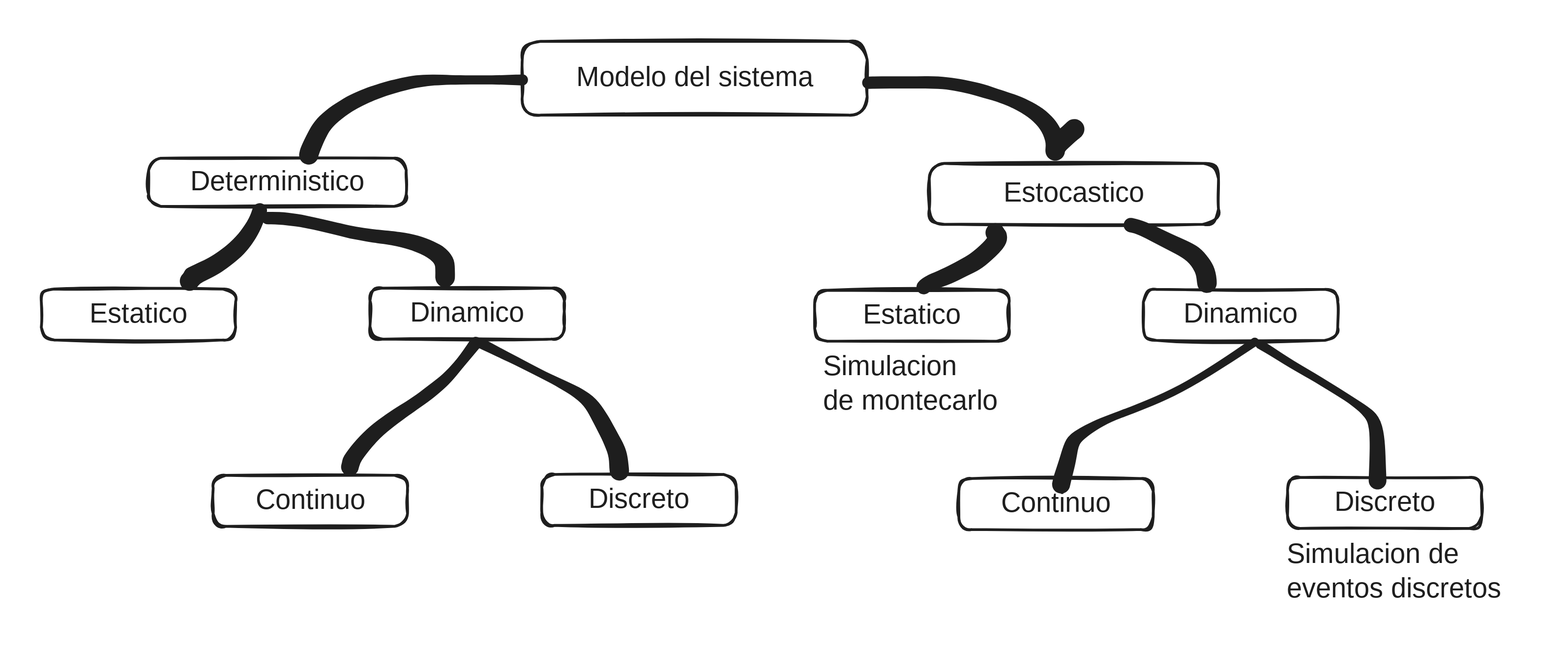
Before: Logistic_notebook/.gitbook/assets/file.excalidraw (6).svg, a diagram exported from Excalidraw (cristianjaviercano/cristianjaviercano). Source tidied: one line per element, renumbered; positions are measured from the earlier drawing's top-left corner, leaving out a move shared by most shapes. Source of this version:
```json
{"id": 0, "type": "rectangle", "strokeColor": "#1e1e1e", "strokeWidth": 2, "roughness": 1, "round": true, "x": 349, "y": 0, "width": 251, "height": 54}
{"id": 1, "type": "text", "text": "Modelo del sistema", "strokeColor": "#1e1e1e", "strokeWidth": 2, "roughness": 1, "fontSize": 20, "fontFamily": 1, "textAlign": "center", "x": 381, "y": 14, "width": 187, "height": 25}
{"id": 2, "type": "rectangle", "strokeColor": "#1e1e1e", "strokeWidth": 2, "roughness": 1, "round": true, "x": 78, "y": 85, "width": 187, "height": 35}
{"id": 3, "type": "text", "text": "Deterministico", "strokeColor": "#1e1e1e", "strokeWidth": 2, "roughness": 1, "fontSize": 20, "fontFamily": 1, "textAlign": "center", "verticalAlign": "middle", "inside": 2, "x": 104, "y": 90, "width": 136, "height": 25}
{"id": 4, "type": "rectangle", "strokeColor": "#1e1e1e", "strokeWidth": 2, "roughness": 1, "round": true, "x": 645, "y": 89, "width": 210, "height": 44}
{"id": 5, "type": "text", "text": "Estocastico", "strokeColor": "#1e1e1e", "strokeWidth": 2, "roughness": 1, "fontSize": 20, "fontFamily": 1, "textAlign": "center", "verticalAlign": "middle", "inside": 4, "x": 691, "y": 98, "width": 118, "height": 25}
{"id": 6, "type": "rectangle", "strokeColor": "#1e1e1e", "strokeWidth": 2, "roughness": 1, "round": true, "x": 0, "y": 180, "width": 141, "height": 37}
{"id": 7, "type": "text", "text": "Estatico", "strokeColor": "#1e1e1e", "strokeWidth": 2, "roughness": 1, "fontSize": 20, "fontFamily": 1, "textAlign": "center", "verticalAlign": "middle", "inside": 6, "x": 28, "y": 186, "width": 86, "height": 25}
{"id": 8, "type": "rectangle", "strokeColor": "#1e1e1e", "strokeWidth": 2, "roughness": 1, "round": true, "x": 239, "y": 179, "width": 141, "height": 37}
{"id": 9, "type": "text", "text": "Dinamico", "strokeColor": "#1e1e1e", "strokeWidth": 2, "roughness": 1, "fontSize": 20, "fontFamily": 1, "textAlign": "center", "verticalAlign": "middle", "inside": 8, "x": 269, "y": 185, "width": 81, "height": 25}
{"id": 10, "type": "rectangle", "strokeColor": "#1e1e1e", "strokeWidth": 2, "roughness": 1, "round": true, "x": 562, "y": 181, "width": 141, "height": 37}
{"id": 11, "type": "text", "text": "Estatico", "strokeColor": "#1e1e1e", "strokeWidth": 2, "roughness": 1, "fontSize": 20, "fontFamily": 1, "textAlign": "center", "verticalAlign": "middle", "inside": 10, "x": 589, "y": 187, "width": 86, "height": 25}
{"id": 12, "type": "rectangle", "strokeColor": "#1e1e1e", "strokeWidth": 2, "roughness": 1, "round": true, "x": 800, "y": 180, "width": 141, "height": 37}
{"id": 13, "type": "text", "text": "Dinamico", "strokeColor": "#1e1e1e", "strokeWidth": 2, "roughness": 1, "fontSize": 20, "fontFamily": 1, "textAlign": "center", "verticalAlign": "middle", "inside": 12, "x": 831, "y": 186, "width": 81, "height": 25}
{"id": 14, "type": "rectangle", "strokeColor": "#1e1e1e", "strokeWidth": 2, "roughness": 1, "round": true, "x": 125, "y": 315, "width": 141, "height": 37}
{"id": 15, "type": "text", "text": "Continuo", "strokeColor": "#1e1e1e", "strokeWidth": 2, "roughness": 1, "fontSize": 20, "fontFamily": 1, "textAlign": "center", "verticalAlign": "middle", "inside": 14, "x": 155, "y": 321, "width": 81, "height": 25}
{"id": 16, "type": "rectangle", "strokeColor": "#1e1e1e", "strokeWidth": 2, "roughness": 1, "round": true, "x": 364, "y": 315, "width": 141, "height": 37}
{"id": 17, "type": "text", "text": "Discreto", "strokeColor": "#1e1e1e", "strokeWidth": 2, "roughness": 1, "fontSize": 20, "fontFamily": 1, "textAlign": "center", "verticalAlign": "middle", "inside": 16, "x": 393, "y": 321, "width": 83, "height": 25}
{"id": 18, "type": "rectangle", "strokeColor": "#1e1e1e", "strokeWidth": 2, "roughness": 1, "round": true, "x": 666, "y": 318, "width": 141, "height": 37}
{"id": 19, "type": "text", "text": "Continuo", "strokeColor": "#1e1e1e", "strokeWidth": 2, "roughness": 1, "fontSize": 20, "fontFamily": 1, "textAlign": "center", "verticalAlign": "middle", "inside": 18, "x": 697, "y": 324, "width": 81, "height": 25}
{"id": 20, "type": "rectangle", "strokeColor": "#1e1e1e", "strokeWidth": 2, "roughness": 1, "round": true, "x": 905, "y": 317, "width": 141, "height": 37}
{"id": 21, "type": "text", "text": "Discreto", "strokeColor": "#1e1e1e", "strokeWidth": 2, "roughness": 1, "fontSize": 20, "fontFamily": 1, "textAlign": "center", "verticalAlign": "middle", "inside": 20, "x": 934, "y": 323, "width": 83, "height": 25}
{"id": 22, "type": "freedraw", "strokeColor": "#1e1e1e", "strokeWidth": 2, "roughness": 1, "x": 159, "y": 123, "width": 52, "height": 51, "points": [[0, 0], [0, 1], [-1, 6], [-4, 10], [-6, 14], [-9, 18], [-11, 22], [-14, 25], [-17, 28], [-21, 32], [-25, 34], [-29, 37], [-32, 40], [-36, 42], [-40, 44], [-43, 45], [-46, 47], [-49, 48], [-51, 49], [-52, 50], [-52, 50], [-52, 51], [-52, 51], [-51, 51], [-51, 51]]}
{"id": 23, "type": "freedraw", "strokeColor": "#1e1e1e", "strokeWidth": 2, "roughness": 1, "x": 164, "y": 128, "width": 129, "height": 43, "points": [[0, 0], [5, 0], [23, 2], [42, 6], [60, 10], [76, 13], [91, 15], [101, 16], [110, 19], [118, 22], [123, 25], [126, 27], [126, 28], [127, 30], [129, 32], [129, 33], [129, 34], [129, 35], [129, 37], [129, 38], [129, 38], [129, 39], [129, 40], [129, 41], [129, 41], [129, 42], [129, 43], [129, 43]]}
{"id": 24, "type": "freedraw", "strokeColor": "#1e1e1e", "strokeWidth": 2, "roughness": 1, "x": 349, "y": 28, "width": 155, "height": 55, "points": [[0, 0], [-1, 0], [-9, 0], [-24, 0], [-40, 0], [-54, 0], [-66, 0], [-76, 1], [-86, 3], [-96, 5], [-105, 8], [-114, 12], [-121, 15], [-128, 19], [-134, 23], [-139, 27], [-143, 30], [-145, 33], [-147, 36], [-148, 38], [-150, 41], [-151, 44], [-152, 47], [-154, 49], [-154, 51], [-155, 53], [-155, 54], [-155, 55], [-155, 55], [-155, 54]]}
{"id": 25, "type": "freedraw", "strokeColor": "#1e1e1e", "strokeWidth": 2, "roughness": 1, "x": 601, "y": 30, "width": 150, "height": 50, "points": [[0, 0], [2, 0], [18, 0], [37, 0], [55, 0], [73, 3], [89, 7], [106, 13], [116, 18], [123, 23], [127, 27], [130, 31], [132, 33], [134, 37], [135, 41], [136, 43], [136, 44], [136, 45], [136, 46], [136, 47], [136, 48], [136, 50], [136, 49], [136, 46], [137, 44], [138, 43], [139, 42], [141, 41], [143, 40], [144, 39], [147, 36], [150, 34]]}
{"id": 26, "type": "freedraw", "strokeColor": "#1e1e1e", "strokeWidth": 2, "roughness": 1, "x": 641, "y": 178, "width": 54, "height": 40, "points": [[0, 0], [0, -1], [1, -2], [3, -3], [5, -4], [9, -5], [14, -7], [20, -9], [25, -12], [30, -15], [34, -17], [37, -18], [40, -20], [45, -24], [49, -29], [52, -32], [53, -34], [54, -35], [54, -36], [54, -36], [54, -37], [54, -37], [53, -37], [53, -38], [52, -38], [52, -38], [52, -39], [52, -39], [52, -40]]}
{"id": 27, "type": "freedraw", "strokeColor": "#1e1e1e", "strokeWidth": 2, "roughness": 1, "x": 791, "y": 133, "width": 55, "height": 42, "points": [[0, 0], [1, 0], [3, 0], [6, 1], [9, 2], [12, 4], [16, 6], [19, 8], [24, 10], [27, 12], [30, 13], [33, 14], [35, 16], [37, 17], [39, 17], [41, 18], [42, 19], [43, 20], [44, 21], [45, 21], [46, 22], [47, 23], [48, 24], [49, 25], [50, 26], [51, 27], [51, 29], [52, 30], [53, 31], [53, 32], [54, 33], [54, 34], [55, 35], [55, 36], [55, 37], [55, 37], [55, 38], [55, 39], [55, 39], [55, 40], [55, 41], [55, 41], [55, 41], [55, 42], [55, 42], [55, 42], [55, 42]]}
{"id": 28, "type": "freedraw", "strokeColor": "#1e1e1e", "strokeWidth": 2, "roughness": 1, "x": 881, "y": 218, "width": 141, "height": 104, "points": [[0, 0], [0, 0], [-1, 0], [-5, 3], [-13, 9], [-26, 18], [-39, 25], [-50, 32], [-63, 39], [-74, 44], [-82, 47], [-91, 50], [-100, 54], [-107, 56], [-113, 59], [-118, 62], [-123, 64], [-126, 67], [-129, 69], [-131, 70], [-132, 72], [-133, 73], [-133, 74], [-133, 76], [-134, 78], [-134, 79], [-135, 81], [-135, 83], [-136, 85], [-136, 87], [-137, 89], [-137, 91], [-138, 93], [-138, 95], [-139, 97], [-140, 99], [-140, 100], [-140, 101], [-140, 102], [-141, 103], [-141, 103], [-141, 104], [-141, 104]]}
{"id": 29, "type": "freedraw", "strokeColor": "#1e1e1e", "strokeWidth": 2, "roughness": 1, "x": 885, "y": 220, "width": 85, "height": 100, "points": [[0, 0], [0, 0], [2, 1], [7, 4], [13, 8], [20, 13], [29, 18], [39, 24], [49, 29], [58, 35], [65, 40], [71, 44], [76, 47], [79, 50], [81, 52], [82, 54], [83, 56], [84, 60], [85, 63], [85, 66], [85, 70], [85, 73], [85, 76], [85, 80], [85, 83], [85, 86], [85, 89], [85, 91], [85, 93], [85, 95], [85, 97], [85, 98], [85, 99], [85, 100], [85, 100], [85, 100], [85, 100], [85, 100], [85, 99], [85, 99]]}
{"id": 30, "type": "freedraw", "strokeColor": "#1e1e1e", "strokeWidth": 2, "roughness": 1, "x": 316, "y": 219, "width": 92, "height": 90, "points": [[0, 0], [0, 0], [-1, 3], [-5, 7], [-10, 13], [-15, 19], [-18, 23], [-22, 26], [-26, 30], [-29, 33], [-33, 36], [-38, 40], [-44, 44], [-49, 47], [-53, 50], [-56, 52], [-60, 54], [-63, 57], [-67, 59], [-70, 62], [-73, 64], [-75, 67], [-77, 69], [-79, 71], [-82, 74], [-84, 76], [-86, 79], [-88, 81], [-89, 83], [-90, 85], [-91, 87], [-91, 88], [-92, 89], [-92, 89], [-92, 90], [-92, 90], [-92, 90], [-92, 90], [-92, 90], [-91, 90], [-91, 90], [-91, 90]]}
{"id": 31, "type": "freedraw", "strokeColor": "#1e1e1e", "strokeWidth": 2, "roughness": 1, "x": 319, "y": 219, "width": 101, "height": 93, "points": [[0, 0], [1, 0], [9, 4], [23, 12], [41, 20], [55, 28], [65, 33], [73, 38], [78, 41], [81, 45], [84, 50], [87, 55], [89, 59], [93, 67], [95, 71], [97, 74], [98, 76], [98, 78], [99, 80], [99, 82], [100, 83], [100, 84], [100, 85], [100, 85], [100, 86], [100, 87], [100, 89], [100, 91], [100, 93], [101, 93]]}
{"id": 32, "type": "text", "text": "Simulacion \nde montecarlo", "strokeColor": "#1e1e1e", "strokeWidth": 2, "roughness": 1, "fontSize": 20, "fontFamily": 1, "x": 568, "y": 224, "width": 136, "height": 50}
{"id": 33, "type": "text", "text": "Simulacion de\neventos discretos", "strokeColor": "#1e1e1e", "strokeWidth": 2, "roughness": 1, "fontSize": 20, "fontFamily": 1, "x": 905, "y": 361, "width": 174, "height": 50}
```
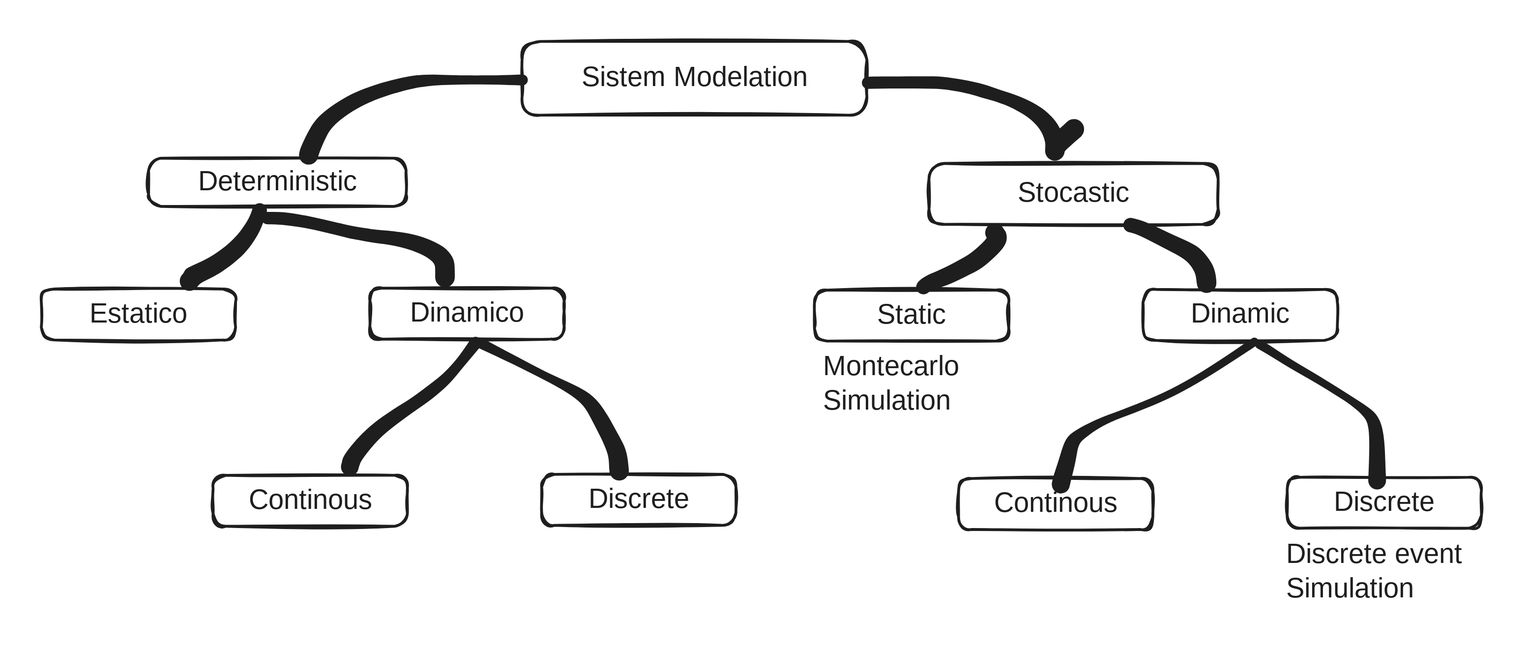
Later version of the same file.

What changed in the source:
```diff
@@ -1,25 +1,25 @@
 {"id": 0, "type": "rectangle", "strokeColor": "#1e1e1e", "strokeWidth": 2, "roughness": 1, "round": true, "x": 349, "y": 0, "width": 251, "height": 54}
-{"id": 1, "type": "text", "text": "Modelo del sistema", "strokeColor": "#1e1e1e", "strokeWidth": 2, "roughness": 1, "fontSize": 20, "fontFamily": 1, "textAlign": "center", "x": 381, "y": 14, "width": 187, "height": 25}
+{"id": 1, "type": "text", "text": "Sistem Modelation", "strokeColor": "#1e1e1e", "strokeWidth": 2, "roughness": 1, "fontSize": 20, "fontFamily": 1, "textAlign": "center", "x": 387, "y": 14, "width": 176, "height": 25}
 {"id": 2, "type": "rectangle", "strokeColor": "#1e1e1e", "strokeWidth": 2, "roughness": 1, "round": true, "x": 78, "y": 85, "width": 187, "height": 35}
-{"id": 3, "type": "text", "text": "Deterministico", "strokeColor": "#1e1e1e", "strokeWidth": 2, "roughness": 1, "fontSize": 20, "fontFamily": 1, "textAlign": "center", "verticalAlign": "middle", "inside": 2, "x": 104, "y": 90, "width": 136, "height": 25}
+{"id": 3, "type": "text", "text": "Deterministic", "strokeColor": "#1e1e1e", "strokeWidth": 2, "roughness": 1, "fontSize": 20, "fontFamily": 1, "textAlign": "center", "verticalAlign": "middle", "inside": 2, "x": 109, "y": 90, "width": 125, "height": 25}
 {"id": 4, "type": "rectangle", "strokeColor": "#1e1e1e", "strokeWidth": 2, "roughness": 1, "round": true, "x": 645, "y": 89, "width": 210, "height": 44}
-{"id": 5, "type": "text", "text": "Estocastico", "strokeColor": "#1e1e1e", "strokeWidth": 2, "roughness": 1, "fontSize": 20, "fontFamily": 1, "textAlign": "center", "verticalAlign": "middle", "inside": 4, "x": 691, "y": 98, "width": 118, "height": 25}
+{"id": 5, "type": "text", "text": "Stocastic", "strokeColor": "#1e1e1e", "strokeWidth": 2, "roughness": 1, "fontSize": 20, "fontFamily": 1, "textAlign": "center", "verticalAlign": "middle", "inside": 4, "x": 703, "y": 98, "width": 94, "height": 25}
 {"id": 6, "type": "rectangle", "strokeColor": "#1e1e1e", "strokeWidth": 2, "roughness": 1, "round": true, "x": 0, "y": 180, "width": 141, "height": 37}
 {"id": 7, "type": "text", "text": "Estatico", "strokeColor": "#1e1e1e", "strokeWidth": 2, "roughness": 1, "fontSize": 20, "fontFamily": 1, "textAlign": "center", "verticalAlign": "middle", "inside": 6, "x": 28, "y": 186, "width": 86, "height": 25}
 {"id": 8, "type": "rectangle", "strokeColor": "#1e1e1e", "strokeWidth": 2, "roughness": 1, "round": true, "x": 239, "y": 179, "width": 141, "height": 37}
 {"id": 9, "type": "text", "text": "Dinamico", "strokeColor": "#1e1e1e", "strokeWidth": 2, "roughness": 1, "fontSize": 20, "fontFamily": 1, "textAlign": "center", "verticalAlign": "middle", "inside": 8, "x": 269, "y": 185, "width": 81, "height": 25}
 {"id": 10, "type": "rectangle", "strokeColor": "#1e1e1e", "strokeWidth": 2, "roughness": 1, "round": true, "x": 562, "y": 181, "width": 141, "height": 37}
-{"id": 11, "type": "text", "text": "Estatico", "strokeColor": "#1e1e1e", "strokeWidth": 2, "roughness": 1, "fontSize": 20, "fontFamily": 1, "textAlign": "center", "verticalAlign": "middle", "inside": 10, "x": 589, "y": 187, "width": 86, "height": 25}
+{"id": 11, "type": "text", "text": "Static", "strokeColor": "#1e1e1e", "strokeWidth": 2, "roughness": 1, "fontSize": 20, "fontFamily": 1, "textAlign": "center", "verticalAlign": "middle", "inside": 10, "x": 601, "y": 187, "width": 63, "height": 25}
 {"id": 12, "type": "rectangle", "strokeColor": "#1e1e1e", "strokeWidth": 2, "roughness": 1, "round": true, "x": 800, "y": 180, "width": 141, "height": 37}
-{"id": 13, "type": "text", "text": "Dinamico", "strokeColor": "#1e1e1e", "strokeWidth": 2, "roughness": 1, "fontSize": 20, "fontFamily": 1, "textAlign": "center", "verticalAlign": "middle", "inside": 12, "x": 831, "y": 186, "width": 81, "height": 25}
+{"id": 13, "type": "text", "text": "Dinamic", "strokeColor": "#1e1e1e", "strokeWidth": 2, "roughness": 1, "fontSize": 20, "fontFamily": 1, "textAlign": "center", "verticalAlign": "middle", "inside": 12, "x": 836, "y": 186, "width": 70, "height": 25}
 {"id": 14, "type": "rectangle", "strokeColor": "#1e1e1e", "strokeWidth": 2, "roughness": 1, "round": true, "x": 125, "y": 315, "width": 141, "height": 37}
-{"id": 15, "type": "text", "text": "Continuo", "strokeColor": "#1e1e1e", "strokeWidth": 2, "roughness": 1, "fontSize": 20, "fontFamily": 1, "textAlign": "center", "verticalAlign": "middle", "inside": 14, "x": 155, "y": 321, "width": 81, "height": 25}
+{"id": 15, "type": "text", "text": "Continous", "strokeColor": "#1e1e1e", "strokeWidth": 2, "roughness": 1, "fontSize": 20, "fontFamily": 1, "textAlign": "center", "verticalAlign": "middle", "inside": 14, "x": 150, "y": 321, "width": 92, "height": 25}
 {"id": 16, "type": "rectangle", "strokeColor": "#1e1e1e", "strokeWidth": 2, "roughness": 1, "round": true, "x": 364, "y": 315, "width": 141, "height": 37}
-{"id": 17, "type": "text", "text": "Discreto", "strokeColor": "#1e1e1e", "strokeWidth": 2, "roughness": 1, "fontSize": 20, "fontFamily": 1, "textAlign": "center", "verticalAlign": "middle", "inside": 16, "x": 393, "y": 321, "width": 83, "height": 25}
+{"id": 17, "type": "text", "text": "Discrete", "strokeColor": "#1e1e1e", "strokeWidth": 2, "roughness": 1, "fontSize": 20, "fontFamily": 1, "textAlign": "center", "verticalAlign": "middle", "inside": 16, "x": 393, "y": 321, "width": 83, "height": 25}
 {"id": 18, "type": "rectangle", "strokeColor": "#1e1e1e", "strokeWidth": 2, "roughness": 1, "round": true, "x": 666, "y": 318, "width": 141, "height": 37}
-{"id": 19, "type": "text", "text": "Continuo", "strokeColor": "#1e1e1e", "strokeWidth": 2, "roughness": 1, "fontSize": 20, "fontFamily": 1, "textAlign": "center", "verticalAlign": "middle", "inside": 18, "x": 697, "y": 324, "width": 81, "height": 25}
+{"id": 19, "type": "text", "text": "Continous", "strokeColor": "#1e1e1e", "strokeWidth": 2, "roughness": 1, "fontSize": 20, "fontFamily": 1, "textAlign": "center", "verticalAlign": "middle", "inside": 18, "x": 691, "y": 324, "width": 92, "height": 25}
 {"id": 20, "type": "rectangle", "strokeColor": "#1e1e1e", "strokeWidth": 2, "roughness": 1, "round": true, "x": 905, "y": 317, "width": 141, "height": 37}
-{"id": 21, "type": "text", "text": "Discreto", "strokeColor": "#1e1e1e", "strokeWidth": 2, "roughness": 1, "fontSize": 20, "fontFamily": 1, "textAlign": "center", "verticalAlign": "middle", "inside": 20, "x": 934, "y": 323, "width": 83, "height": 25}
+{"id": 21, "type": "text", "text": "Discrete", "strokeColor": "#1e1e1e", "strokeWidth": 2, "roughness": 1, "fontSize": 20, "fontFamily": 1, "textAlign": "center", "verticalAlign": "middle", "inside": 20, "x": 934, "y": 323, "width": 83, "height": 25}
 {"id": 22, "type": "freedraw", "strokeColor": "#1e1e1e", "strokeWidth": 2, "roughness": 1, "x": 159, "y": 123, "width": 52, "height": 51, "points": [[0, 0], [0, 1], [-1, 6], [-4, 10], [-6, 14], [-9, 18], [-11, 22], [-14, 25], [-17, 28], [-21, 32], [-25, 34], [-29, 37], [-32, 40], [-36, 42], [-40, 44], [-43, 45], [-46, 47], [-49, 48], [-51, 49], [-52, 50], [-52, 50], [-52, 51], [-52, 51], [-51, 51], [-51, 51]]}
 {"id": 23, "type": "freedraw", "strokeColor": "#1e1e1e", "strokeWidth": 2, "roughness": 1, "x": 164, "y": 128, "width": 129, "height": 43, "points": [[0, 0], [5, 0], [23, 2], [42, 6], [60, 10], [76, 13], [91, 15], [101, 16], [110, 19], [118, 22], [123, 25], [126, 27], [126, 28], [127, 30], [129, 32], [129, 33], [129, 34], [129, 35], [129, 37], [129, 38], [129, 38], [129, 39], [129, 40], [129, 41], [129, 41], [129, 42], [129, 43], [129, 43]]}
 {"id": 24, "type": "freedraw", "strokeColor": "#1e1e1e", "strokeWidth": 2, "roughness": 1, "x": 349, "y": 28, "width": 155, "height": 55, "points": [[0, 0], [-1, 0], [-9, 0], [-24, 0], [-40, 0], [-54, 0], [-66, 0], [-76, 1], [-86, 3], [-96, 5], [-105, 8], [-114, 12], [-121, 15], [-128, 19], [-134, 23], [-139, 27], [-143, 30], [-145, 33], [-147, 36], [-148, 38], [-150, 41], [-151, 44], [-152, 47], [-154, 49], [-154, 51], [-155, 53], [-155, 54], [-155, 55], [-155, 55], [-155, 54]]}
@@ -30,5 +30,5 @@
 {"id": 29, "type": "freedraw", "strokeColor": "#1e1e1e", "strokeWidth": 2, "roughness": 1, "x": 885, "y": 220, "width": 85, "height": 100, "points": [[0, 0], [0, 0], [2, 1], [7, 4], [13, 8], [20, 13], [29, 18], [39, 24], [49, 29], [58, 35], [65, 40], [71, 44], [76, 47], [79, 50], [81, 52], [82, 54], [83, 56], [84, 60], [85, 63], [85, 66], [85, 70], [85, 73], [85, 76], [85, 80], [85, 83], [85, 86], [85, 89], [85, 91], [85, 93], [85, 95], [85, 97], [85, 98], [85, 99], [85, 100], [85, 100], [85, 100], [85, 100], [85, 100], [85, 99], [85, 99]]}
 {"id": 30, "type": "freedraw", "strokeColor": "#1e1e1e", "strokeWidth": 2, "roughness": 1, "x": 316, "y": 219, "width": 92, "height": 90, "points": [[0, 0], [0, 0], [-1, 3], [-5, 7], [-10, 13], [-15, 19], [-18, 23], [-22, 26], [-26, 30], [-29, 33], [-33, 36], [-38, 40], [-44, 44], [-49, 47], [-53, 50], [-56, 52], [-60, 54], [-63, 57], [-67, 59], [-70, 62], [-73, 64], [-75, 67], [-77, 69], [-79, 71], [-82, 74], [-84, 76], [-86, 79], [-88, 81], [-89, 83], [-90, 85], [-91, 87], [-91, 88], [-92, 89], [-92, 89], [-92, 90], [-92, 90], [-92, 90], [-92, 90], [-92, 90], [-91, 90], [-91, 90], [-91, 90]]}
 {"id": 31, "type": "freedraw", "strokeColor": "#1e1e1e", "strokeWidth": 2, "roughness": 1, "x": 319, "y": 219, "width": 101, "height": 93, "points": [[0, 0], [1, 0], [9, 4], [23, 12], [41, 20], [55, 28], [65, 33], [73, 38], [78, 41], [81, 45], [84, 50], [87, 55], [89, 59], [93, 67], [95, 71], [97, 74], [98, 76], [98, 78], [99, 80], [99, 82], [100, 83], [100, 84], [100, 85], [100, 85], [100, 86], [100, 87], [100, 89], [100, 91], [100, 93], [101, 93]]}
-{"id": 32, "type": "text", "text": "Simulacion \nde montecarlo", "strokeColor": "#1e1e1e", "strokeWidth": 2, "roughness": 1, "fontSize": 20, "fontFamily": 1, "x": 568, "y": 224, "width": 136, "height": 50}
+{"id": 32, "type": "text", "text": "Montecarlo\nSimulation", "strokeColor": "#1e1e1e", "strokeWidth": 2, "roughness": 1, "fontSize": 20, "fontFamily": 1, "x": 568, "y": 224, "width": 106, "height": 50}
-{"id": 33, "type": "text", "text": "Simulacion de\neventos discretos", "strokeColor": "#1e1e1e", "strokeWidth": 2, "roughness": 1, "fontSize": 20, "fontFamily": 1, "x": 905, "y": 361, "width": 174, "height": 50}
+{"id": 33, "type": "text", "text": "Discrete event\nSimulation", "strokeColor": "#1e1e1e", "strokeWidth": 2, "roughness": 1, "fontSize": 20, "fontFamily": 1, "x": 905, "y": 361, "width": 146, "height": 50}
```
